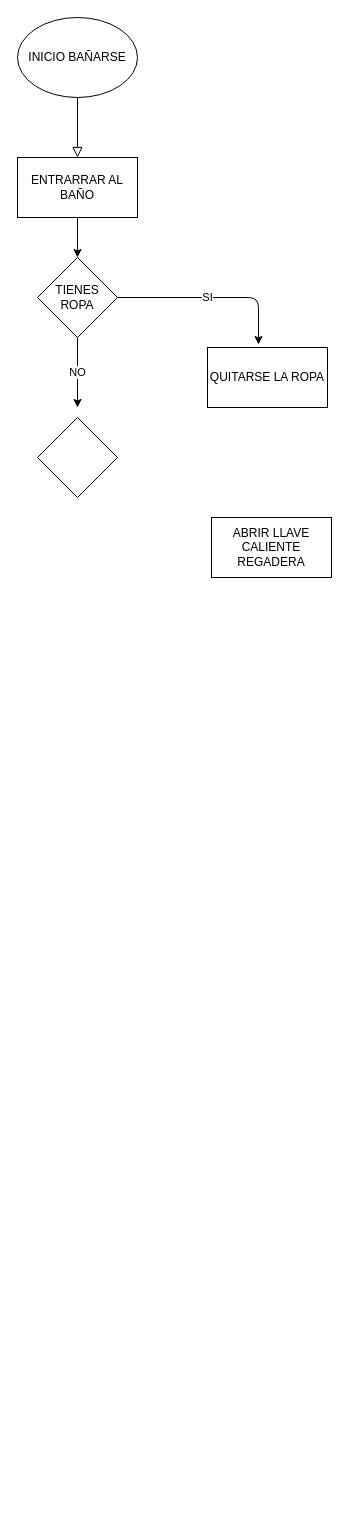
Above: Untitled Diagram.drawio in jowoselfgmailcom/fdp (draw.io), before the change. Source tidied: cells renumbered, new cells numbered last; positions are measured from the earlier drawing's top-left corner, leaving out a move shared by most shapes. Both pictures are drawn from the tidied source at 100%, with x=0, y=0 at pixel (17, 17).
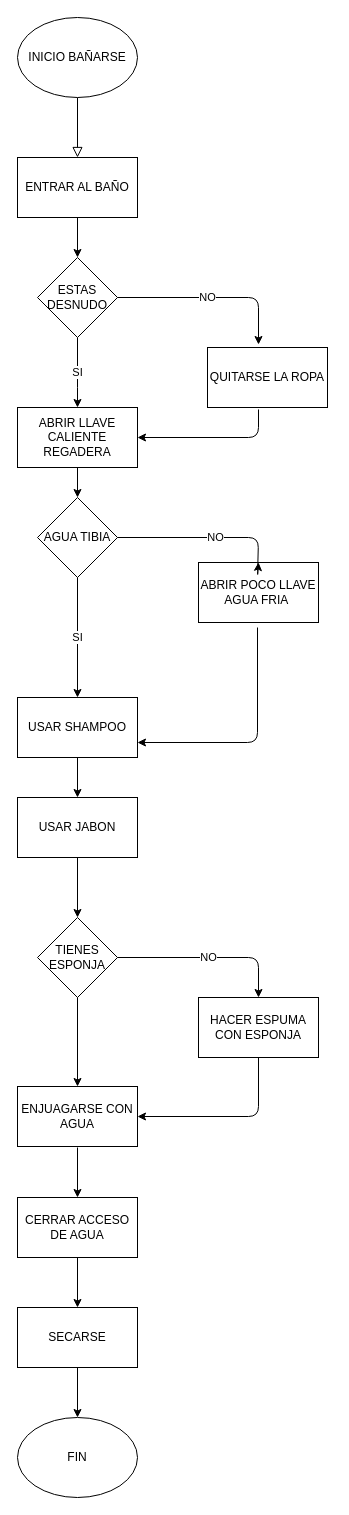
The same diagram, later.

Unchanged cells that the change refers to:
```xml
<mxCell id="9" value="QUITARSE LA ROPA" style="rounded=0;whiteSpace=wrap;html=1;" parent="1" vertex="1">
  <mxGeometry x="190" y="330" width="120" height="60" as="geometry" />
</mxCell>
```

Change to the diagram source:
```diff
@@
-    <mxCell id="4" value="ENTRARRAR AL BAÑO" style="rounded=0;whiteSpace=wrap;html=1;" parent="1" vertex="1">
+    <mxCell id="4" value="ENTRAR AL BAÑO" style="rounded=0;whiteSpace=wrap;html=1;" parent="1" vertex="1">
       <mxGeometry y="140" width="120" height="60" as="geometry" />
     </mxCell>
@@
-    <mxCell id="6" value="NO" style="edgeStyle=orthogonalEdgeStyle;rounded=0;jettySize=auto;html=1;exitX=0.5;exitY=1;exitDx=0;exitDy=0;entryX=0.5;entryY=0;entryDx=0;entryDy=0;" parent="1" edge="1" source="7">
+    <mxCell id="6" value="SI" style="edgeStyle=orthogonalEdgeStyle;rounded=0;jettySize=auto;html=1;exitX=0.5;exitY=1;exitDx=0;exitDy=0;entryX=0.5;entryY=0;entryDx=0;entryDy=0;" parent="1" edge="1" source="7">
       <mxGeometry relative="1" as="geometry">
         <mxPoint x="60" y="390" as="targetPoint" />
         <Array as="points">
           <mxPoint x="60" y="370" />
           <mxPoint x="60" y="370" />
         </Array>
       </mxGeometry>
     </mxCell>
-    <mxCell id="7" value="TIENES ROPA" style="rhombus;whiteSpace=wrap;html=1;" parent="1" vertex="1">
+    <mxCell id="7" value="ESTAS DESNUDO" style="rhombus;whiteSpace=wrap;html=1;" parent="1" vertex="1">
       <mxGeometry x="20" y="240" width="80" height="80" as="geometry" />
     </mxCell>
     <mxCell id="8" value="ABRIR LLAVE CALIENTE REGADERA" style="rounded=0;whiteSpace=wrap;html=1;" parent="1" vertex="1">
-      <mxGeometry x="194" y="500" width="120" height="60" as="geometry" />
+      <mxGeometry y="390" width="120" height="60" as="geometry" />
     </mxCell>
@@
-    <mxCell id="10" value="SI" style="endArrow=classic;html=1;entryX=0.425;entryY=-0.05;entryDx=0;entryDy=0;entryPerimeter=0;" parent="1" edge="1" target="9">
+    <mxCell id="10" value="NO" style="endArrow=classic;html=1;entryX=0.425;entryY=-0.05;entryDx=0;entryDy=0;entryPerimeter=0;" parent="1" edge="1" target="9">
       <mxGeometry x="-0.04" relative="1" as="geometry">
         <mxPoint x="100" y="280" as="sourcePoint" />
         <Array as="points">
           <mxPoint x="241" y="280" />
         </Array>
       </mxGeometry>
     </mxCell>
-    <mxCell id="11" style="rhombus;whiteSpace=wrap;html=1;" parent="1" vertex="1">
-      <mxGeometry x="20" y="400" width="80" height="80" as="geometry" />
-    </mxCell>
+    <mxCell id="12" value="ABRIR POCO LLAVE AGUA FRIA&amp;nbsp;" style="rounded=0;whiteSpace=wrap;html=1;" parent="1" vertex="1">
+      <mxGeometry x="181" y="545" width="120" height="60" as="geometry" />
+    </mxCell>
+    <mxCell id="13" value="AGUA TIBIA" style="rhombus;whiteSpace=wrap;html=1;" parent="1" vertex="1">
+      <mxGeometry x="20" y="480" width="80" height="80" as="geometry" />
+    </mxCell>
+    <mxCell id="14" style="endArrow=classic;html=1;exitX=0.5;exitY=1;exitDx=0;exitDy=0;entryX=0.5;entryY=0;entryDx=0;entryDy=0;" parent="1" edge="1" source="8" target="13">
+      <mxGeometry relative="1" as="geometry" />
+    </mxCell>
+    <mxCell id="15" value="NO" style="endArrow=classic;html=1;exitX=1;exitY=0.5;exitDx=0;exitDy=0;entryX=0.5;entryY=0;entryDx=0;entryDy=0;" parent="1" edge="1" source="13" target="12">
+      <mxGeometry relative="1" as="geometry">
+        <Array as="points">
+          <mxPoint x="241" y="520" />
+          <mxPoint x="240" y="560" />
+        </Array>
+      </mxGeometry>
+    </mxCell>
+    <mxCell id="16" value="USAR SHAMPOO" style="rounded=0;whiteSpace=wrap;html=1;" parent="1" vertex="1">
+      <mxGeometry y="680" width="120" height="60" as="geometry" />
+    </mxCell>
+    <mxCell id="17" value="SI" style="endArrow=classic;html=1;exitX=0.5;exitY=1;exitDx=0;exitDy=0;entryX=0.5;entryY=0;entryDx=0;entryDy=0;" parent="1" edge="1" source="13" target="16">
+      <mxGeometry relative="1" as="geometry" />
+    </mxCell>
+    <mxCell id="18" style="endArrow=classic;html=1;exitX=0.425;exitY=1.033;exitDx=0;exitDy=0;exitPerimeter=0;entryX=1;entryY=0.5;entryDx=0;entryDy=0;" parent="1" edge="1" source="9" target="8">
+      <mxGeometry relative="1" as="geometry">
+        <Array as="points">
+          <mxPoint x="241" y="420" />
+        </Array>
+      </mxGeometry>
+    </mxCell>
+    <mxCell id="19" value="USAR JABON" style="rounded=0;whiteSpace=wrap;html=1;" parent="1" vertex="1">
+      <mxGeometry y="780" width="120" height="60" as="geometry" />
+    </mxCell>
+    <mxCell id="20" style="endArrow=classic;html=1;exitX=0.5;exitY=1;exitDx=0;exitDy=0;" parent="1" edge="1" source="16">
+      <mxGeometry relative="1" as="geometry">
+        <mxPoint x="60" y="780" as="targetPoint" />
+      </mxGeometry>
+    </mxCell>
+    <mxCell id="21" value="TIENES ESPONJA" style="rhombus;whiteSpace=wrap;html=1;" parent="1" vertex="1">
+      <mxGeometry x="20" y="900" width="80" height="80" as="geometry" />
+    </mxCell>
+    <mxCell id="22" style="endArrow=classic;html=1;exitX=0.5;exitY=1;exitDx=0;exitDy=0;entryX=0.5;entryY=0;entryDx=0;entryDy=0;" parent="1" edge="1" source="19" target="21">
+      <mxGeometry relative="1" as="geometry" />
+    </mxCell>
+    <mxCell id="23" value="ENJUAGARSE CON AGUA" style="rounded=0;whiteSpace=wrap;html=1;" parent="1" vertex="1">
+      <mxGeometry y="1069" width="120" height="60" as="geometry" />
+    </mxCell>
+    <mxCell id="24" value="HACER ESPUMA CON ESPONJA" style="rounded=0;whiteSpace=wrap;html=1;" parent="1" vertex="1">
+      <mxGeometry x="181" y="980" width="120" height="60" as="geometry" />
+    </mxCell>
+    <mxCell id="25" value="NO" style="endArrow=classic;html=1;exitX=1;exitY=0.5;exitDx=0;exitDy=0;entryX=0.5;entryY=0;entryDx=0;entryDy=0;" parent="1" edge="1" source="21" target="24">
+      <mxGeometry relative="1" as="geometry">
+        <Array as="points">
+          <mxPoint x="241" y="940" />
+        </Array>
+      </mxGeometry>
+    </mxCell>
+    <mxCell id="26" style="endArrow=classic;html=1;exitX=0.5;exitY=1;exitDx=0;exitDy=0;entryX=0.5;entryY=0;entryDx=0;entryDy=0;" parent="1" edge="1" source="21" target="23">
+      <mxGeometry relative="1" as="geometry" />
+    </mxCell>
+    <mxCell id="27" style="endArrow=classic;html=1;exitX=0.5;exitY=1;exitDx=0;exitDy=0;entryX=1;entryY=0.5;entryDx=0;entryDy=0;" parent="1" edge="1" source="24" target="23">
+      <mxGeometry relative="1" as="geometry">
+        <Array as="points">
+          <mxPoint x="241" y="1099" />
+        </Array>
+      </mxGeometry>
+    </mxCell>
+    <mxCell id="28" style="endArrow=classic;html=1;entryX=1;entryY=0.75;entryDx=0;entryDy=0;" parent="1" edge="1" target="16">
+      <mxGeometry relative="1" as="geometry">
+        <mxPoint x="240" y="610" as="sourcePoint" />
+        <Array as="points">
+          <mxPoint x="240" y="725" />
+        </Array>
+      </mxGeometry>
+    </mxCell>
+    <mxCell id="29" value="CERRAR ACCESO DE AGUA" style="rounded=0;whiteSpace=wrap;html=1;" parent="1" vertex="1">
+      <mxGeometry y="1180" width="120" height="60" as="geometry" />
+    </mxCell>
+    <mxCell id="30" style="endArrow=classic;html=1;entryX=0.5;entryY=0;entryDx=0;entryDy=0;" parent="1" edge="1" target="29">
+      <mxGeometry relative="1" as="geometry">
+        <mxPoint x="60" y="1130" as="sourcePoint" />
+      </mxGeometry>
+    </mxCell>
+    <mxCell id="31" value="SECARSE" style="rounded=0;whiteSpace=wrap;html=1;" parent="1" vertex="1">
+      <mxGeometry y="1290" width="120" height="60" as="geometry" />
+    </mxCell>
+    <mxCell id="32" style="endArrow=classic;html=1;exitX=0.5;exitY=1;exitDx=0;exitDy=0;entryX=0.5;entryY=0;entryDx=0;entryDy=0;" parent="1" edge="1" source="29" target="31">
+      <mxGeometry relative="1" as="geometry" />
+    </mxCell>
+    <mxCell id="33" value="FIN" style="ellipse;whiteSpace=wrap;html=1;" parent="1" vertex="1">
+      <mxGeometry y="1400" width="120" height="80" as="geometry" />
+    </mxCell>
+    <mxCell id="34" style="endArrow=classic;html=1;exitX=0.5;exitY=1;exitDx=0;exitDy=0;entryX=0.5;entryY=0;entryDx=0;entryDy=0;" parent="1" edge="1" source="31" target="33">
+      <mxGeometry relative="1" as="geometry" />
+    </mxCell>
```
